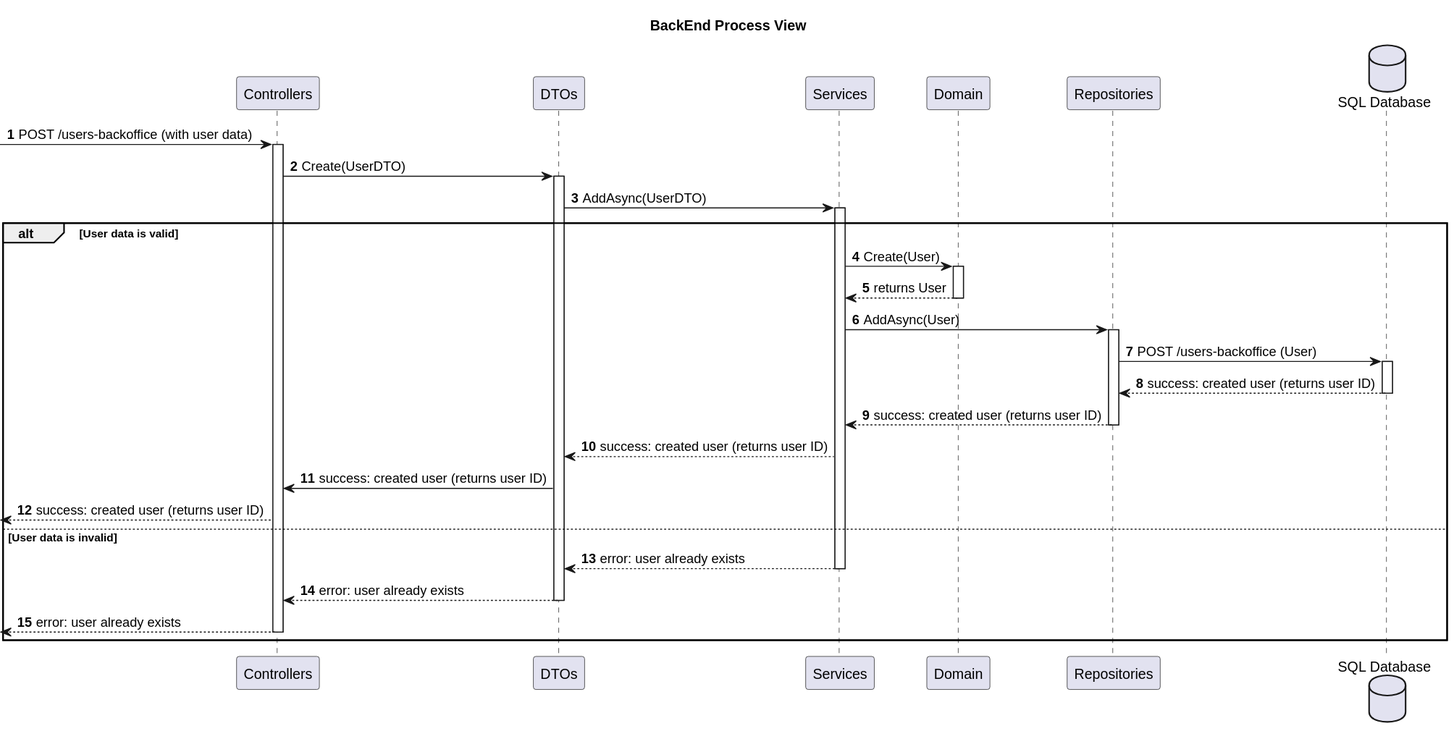
This is docs/SprintA/1-register-backoffice-users/level3/backend-process-view.svg from MiguelCardoso77/SurgicalSync-BackEnd, a PlantUML export, as it was before one commit. The source it was exported from:
```plantuml
@startuml
autonumber

title BackEnd Process View

participant "Controllers" as CN
participant "DTOs" as DTO
participant "Services" as SV
participant "Domain" as DM
participant "Repositories" as REPO
database "SQL Database" as SQL

    -> CN: POST /users-backoffice (with user data)
    activate CN

        CN -> DTO : Create(UserDTO)
        activate DTO

            DTO -> SV : AddAsync(UserDTO)
            activate SV

alt User data is valid

                SV -> DM : Create(User)
                activate DM

                    DM --> SV : returns User
                deactivate DM

                SV -> REPO : AddAsync(User)
                activate REPO

                    REPO -> SQL : POST /users-backoffice (User)
                    activate SQL

                        SQL --> REPO : success: created user (returns user ID)
                    deactivate SQL

                    REPO --> SV : success: created user (returns user ID)
                deactivate REPO

                SV --> DTO : success: created user (returns user ID)

            DTO -> CN : success: created user (returns user ID)

        <-- CN: success: created user (returns user ID)

else User data is invalid

                SV --> DTO : error: user already exists
            deactivate SV

            DTO --> CN : error: user already exists
        deactivate DTO

        <-- CN: error: user already exists
    deactivate CN

end
@enduml
```
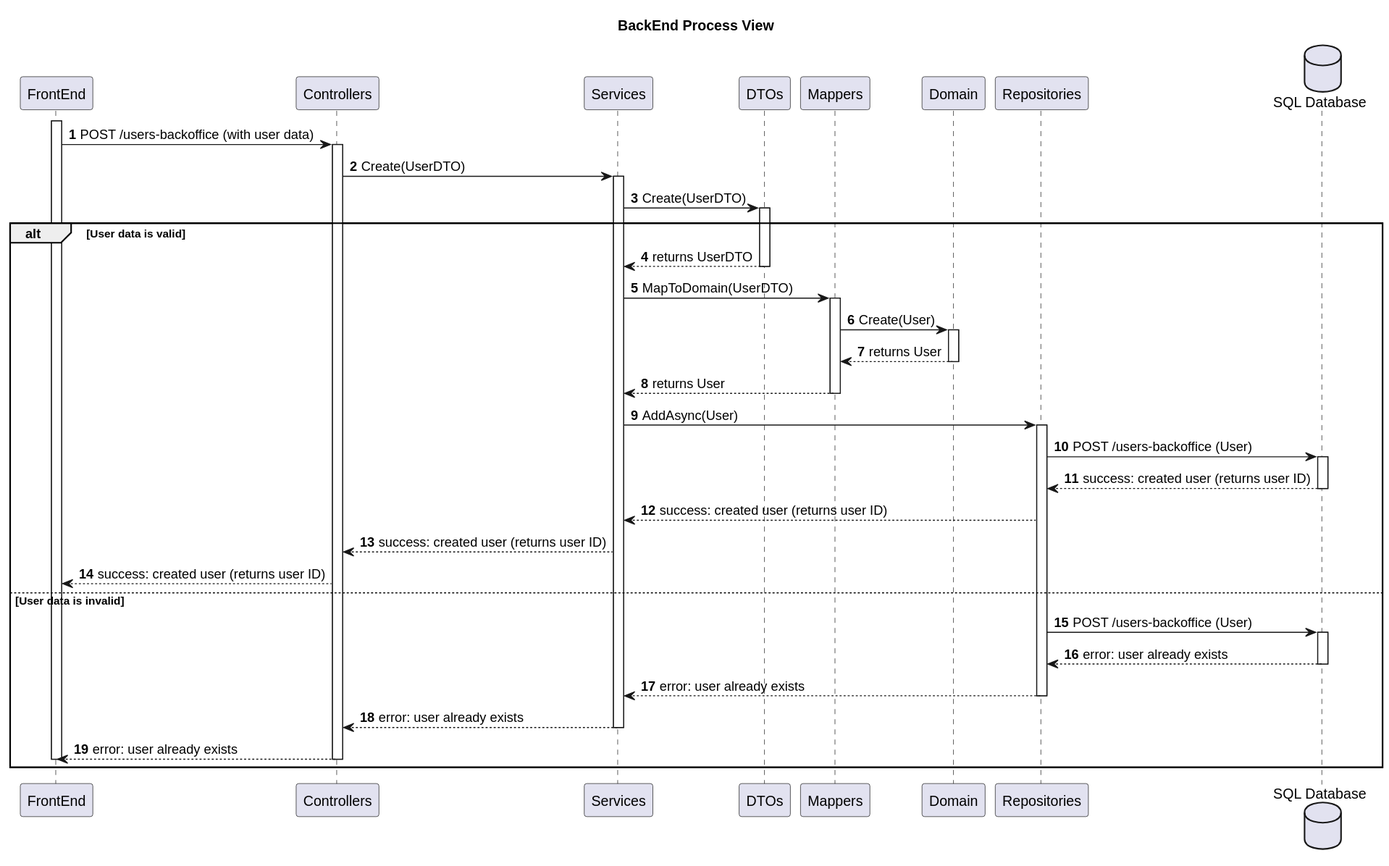
Later version of the same file.

What changed in the source:
```diff
@@ -3,58 +3,72 @@
 
 title BackEnd Process View
 
+participant "FrontEnd" as FE
 participant "Controllers" as CN
+participant "Services" as SV
 participant "DTOs" as DTO
-participant "Services" as SV
+participant "Mappers" as MP
 participant "Domain" as DM
 participant "Repositories" as REPO
 database "SQL Database" as SQL
 
-    -> CN: POST /users-backoffice (with user data)
+activate FE
+    FE -> CN: POST /users-backoffice (with user data)
     activate CN
 
-        CN -> DTO : Create(UserDTO)
-        activate DTO
+        CN -> SV : Create(UserDTO)
+        activate SV
 
-            DTO -> SV : AddAsync(UserDTO)
-            activate SV
+            SV -> DTO : Create(UserDTO)
+            activate DTO
 
 alt User data is valid
 
-                SV -> DM : Create(User)
+                DTO --> SV : returns UserDTO
+            deactivate DTO
+
+            SV -> MP : MapToDomain(UserDTO)
+            activate MP
+
+                MP -> DM : Create(User)
                 activate DM
 
-                    DM --> SV : returns User
+                    DM --> MP : returns User
                 deactivate DM
 
-                SV -> REPO : AddAsync(User)
-                activate REPO
+                MP --> SV : returns User
+            deactivate MP
 
-                    REPO -> SQL : POST /users-backoffice (User)
-                    activate SQL
+            SV -> REPO : AddAsync(User)
+            activate REPO
 
-                        SQL --> REPO : success: created user (returns user ID)
-                    deactivate SQL
+                REPO -> SQL : POST /users-backoffice (User)
+                activate SQL
 
-                    REPO --> SV : success: created user (returns user ID)
-                deactivate REPO
+                    SQL --> REPO : success: created user (returns user ID)
+                deactivate SQL
 
-                SV --> DTO : success: created user (returns user ID)
+                REPO --> SV : success: created user (returns user ID)
 
-            DTO -> CN : success: created user (returns user ID)
 
-        <-- CN: success: created user (returns user ID)
+            SV --> CN : success: created user (returns user ID)
+        FE <-- CN: success: created user (returns user ID)
 
 else User data is invalid
 
-                SV --> DTO : error: user already exists
-            deactivate SV
+                REPO -> SQL : POST /users-backoffice (User)
+                activate SQL
 
-            DTO --> CN : error: user already exists
-        deactivate DTO
+                    SQL --> REPO : error: user already exists
+                deactivate SQL
 
-        <-- CN: error: user already exists
+        REPO --> SV : error: user already exists
+            deactivate REPO
+            SV --> CN : error: user already exists
+        deactivate SV
+        FE <-- CN: error: user already exists
     deactivate CN
 
+deactivate FE
 end
 @enduml
```
